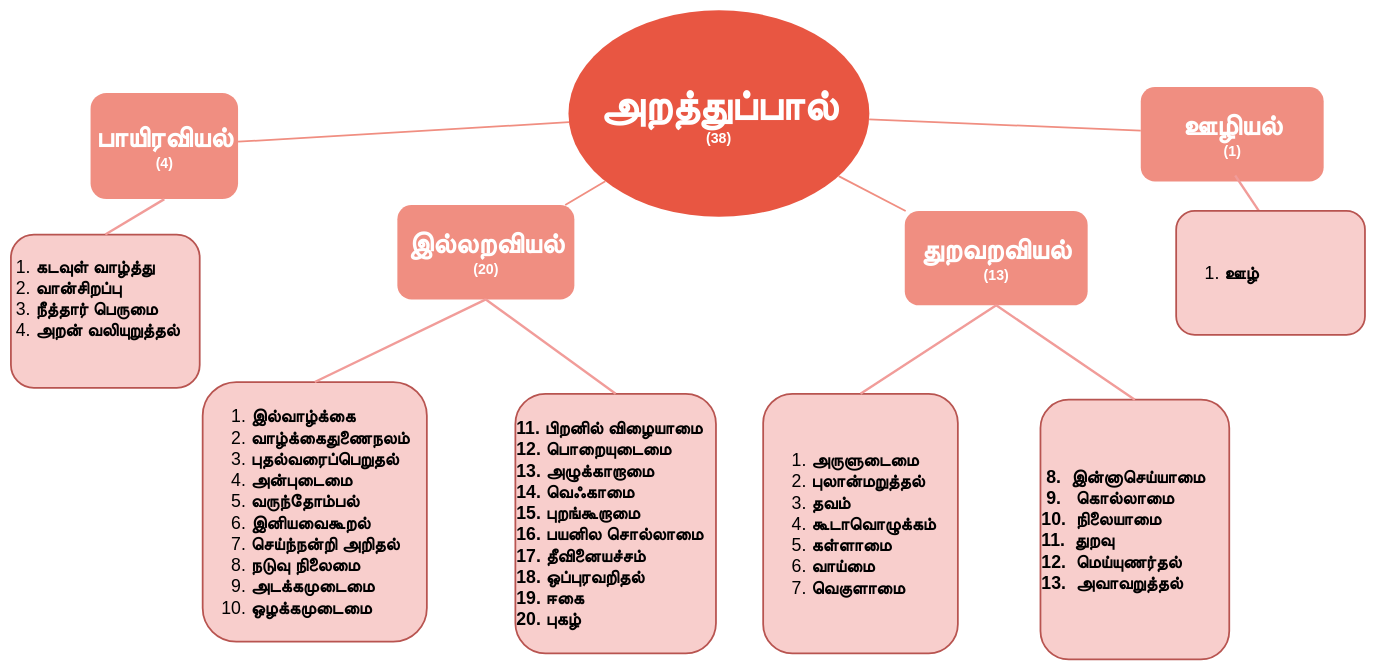
Above: page "Section-1" (2 of 3) of Untitled Diagram.drawio in prabasiva/thirukural (draw.io), before the change. Source tidied: cells renumbered, new cells numbered last; positions are measured from the earlier drawing's top-left corner, leaving out a move shared by most shapes. Both pictures are drawn from the tidied source at 59%, with x=0, y=0 at pixel (11, 10).
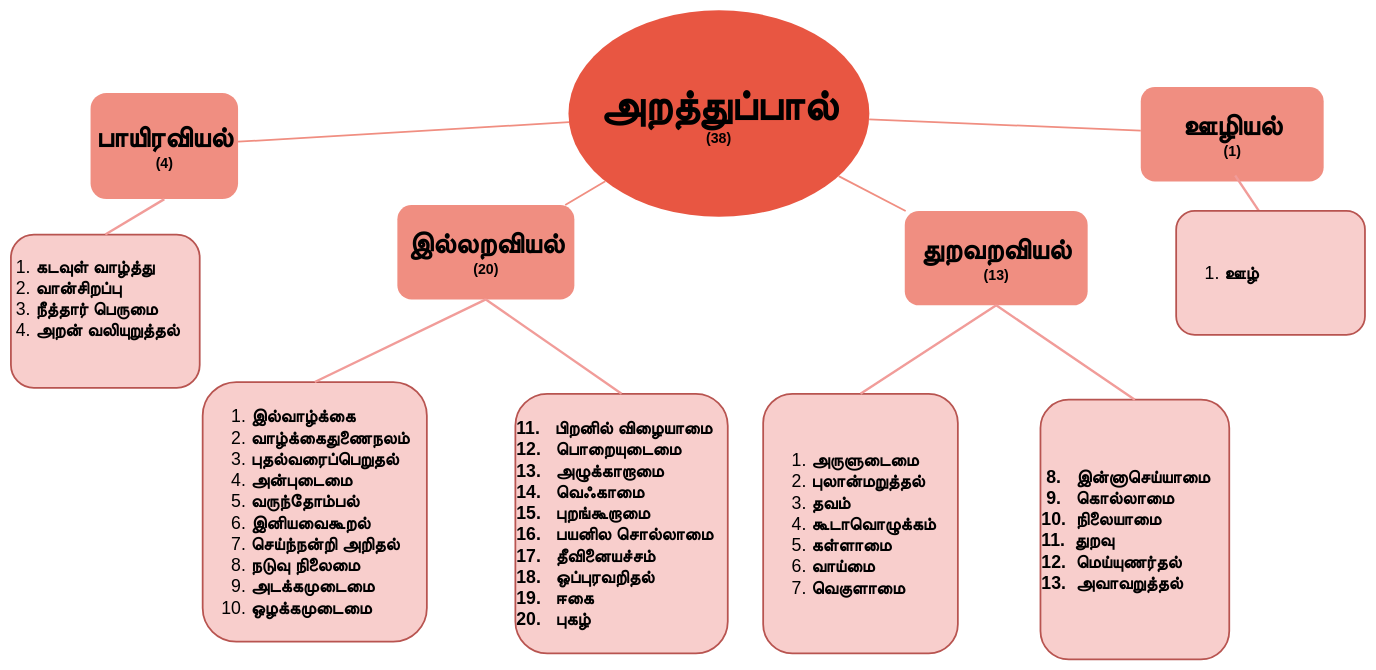
Above is the later version.

The edit, as a diff of the source:
```diff
@@
-    <mxCell id="2" value="&lt;b&gt;&lt;font&gt;&lt;font&gt;&lt;span style=&quot;font-size: 72px&quot;&gt;அறத்துப்பால்&lt;br&gt;&lt;/span&gt;&lt;font style=&quot;font-size: 24px&quot;&gt;(38)&lt;/font&gt;&lt;/font&gt;&lt;br&gt;&lt;/font&gt;&lt;/b&gt;" style="ellipse;whiteSpace=wrap;html=1;shadow=0;fontFamily=Helvetica;fontSize=20;fontColor=#FFFFFF;align=center;strokeWidth=3;fillColor=#E85642;strokeColor=none;" parent="1" vertex="1">
+    <mxCell id="2" value="&lt;b&gt;&lt;font&gt;&lt;font color=&quot;#000000&quot;&gt;&lt;span style=&quot;font-size: 72px&quot;&gt;அறத்துப்பால்&lt;br&gt;&lt;/span&gt;&lt;font style=&quot;font-size: 24px&quot;&gt;(38)&lt;/font&gt;&lt;/font&gt;&lt;br&gt;&lt;/font&gt;&lt;/b&gt;" style="ellipse;whiteSpace=wrap;html=1;shadow=0;fontFamily=Helvetica;fontSize=20;fontColor=#FFFFFF;align=center;strokeWidth=3;fillColor=#E85642;strokeColor=none;" parent="1" vertex="1">
       <mxGeometry x="945" width="510" height="350" as="geometry" />
     </mxCell>
-    <mxCell id="3" value="&lt;font&gt;&lt;b&gt;&lt;span style=&quot;font-size: 48px&quot;&gt;பாயிரவியல்&lt;/span&gt;&lt;br&gt;&lt;font style=&quot;font-size: 24px&quot;&gt;(4)&lt;/font&gt;&lt;br&gt;&lt;/b&gt;&lt;/font&gt;" style="rounded=1;fillColor=#f08e81;strokeColor=none;strokeWidth=3;shadow=0;html=1;fontColor=#FFFFFF;" parent="1" vertex="1">
+    <mxCell id="3" value="&lt;font&gt;&lt;b&gt;&lt;font color=&quot;#000000&quot;&gt;&lt;span style=&quot;font-size: 48px&quot;&gt;பாயிரவியல்&lt;/span&gt;&lt;br&gt;&lt;font style=&quot;font-size: 24px&quot;&gt;(4)&lt;/font&gt;&lt;/font&gt;&lt;br&gt;&lt;/b&gt;&lt;/font&gt;" style="rounded=1;fillColor=#f08e81;strokeColor=none;strokeWidth=3;shadow=0;html=1;fontColor=#FFFFFF;" parent="1" vertex="1">
       <mxGeometry x="135" y="140" width="250" height="180" as="geometry" />
     </mxCell>
-    <mxCell id="4" value="&lt;font&gt;&lt;b&gt;&lt;span style=&quot;font-size: 48px&quot;&gt;இல்லறவியல்&lt;/span&gt;&lt;font style=&quot;font-size: 24px&quot;&gt;&lt;br&gt;(20)&lt;/font&gt;&lt;/b&gt;&lt;br&gt;&lt;/font&gt;" style="rounded=1;fillColor=#f08e81;strokeColor=none;strokeWidth=3;shadow=0;html=1;fontColor=#FFFFFF;" parent="1" vertex="1">
+    <mxCell id="4" value="&lt;font&gt;&lt;b&gt;&lt;font color=&quot;#000000&quot;&gt;&lt;span style=&quot;font-size: 48px&quot;&gt;இல்லறவியல்&lt;/span&gt;&lt;font style=&quot;font-size: 24px&quot;&gt;&lt;br&gt;(20)&lt;/font&gt;&lt;/font&gt;&lt;/b&gt;&lt;br&gt;&lt;/font&gt;" style="rounded=1;fillColor=#f08e81;strokeColor=none;strokeWidth=3;shadow=0;html=1;fontColor=#FFFFFF;" parent="1" vertex="1">
       <mxGeometry x="655" y="330" width="300" height="160" as="geometry" />
     </mxCell>
-    <mxCell id="5" value="&lt;b&gt;&lt;span style=&quot;font-size: 48px&quot;&gt;துறவறவியல்&lt;/span&gt;&lt;br&gt;&lt;font style=&quot;font-size: 24px&quot;&gt;(13)&lt;/font&gt;&lt;br&gt;&lt;/b&gt;" style="rounded=1;fillColor=#f08e81;strokeColor=none;strokeWidth=3;shadow=0;html=1;fontColor=#FFFFFF;" parent="1" vertex="1">
+    <mxCell id="5" value="&lt;b&gt;&lt;font color=&quot;#000000&quot;&gt;&lt;span style=&quot;font-size: 48px&quot;&gt;துறவறவியல்&lt;/span&gt;&lt;br&gt;&lt;font style=&quot;font-size: 24px&quot;&gt;(13)&lt;/font&gt;&lt;/font&gt;&lt;br&gt;&lt;/b&gt;" style="rounded=1;fillColor=#f08e81;strokeColor=none;strokeWidth=3;shadow=0;html=1;fontColor=#FFFFFF;" parent="1" vertex="1">
       <mxGeometry x="1515" y="340" width="310" height="160" as="geometry" />
     </mxCell>
@@
-    <mxCell id="9" value="&lt;b&gt;&lt;span style=&quot;font-size: 48px&quot;&gt;ஊழியல்&lt;/span&gt;&lt;font style=&quot;font-size: 24px&quot;&gt;&lt;br&gt;(1)&lt;/font&gt;&lt;br&gt;&lt;/b&gt;" style="rounded=1;fillColor=#f08e81;strokeColor=none;strokeWidth=3;shadow=0;html=1;fontColor=#FFFFFF;" parent="1" vertex="1">
+    <mxCell id="9" value="&lt;b&gt;&lt;font color=&quot;#000000&quot;&gt;&lt;span style=&quot;font-size: 48px&quot;&gt;ஊழியல்&lt;/span&gt;&lt;font style=&quot;font-size: 24px&quot;&gt;&lt;br&gt;(1)&lt;/font&gt;&lt;/font&gt;&lt;br&gt;&lt;/b&gt;" style="rounded=1;fillColor=#f08e81;strokeColor=none;strokeWidth=3;shadow=0;html=1;fontColor=#FFFFFF;" parent="1" vertex="1">
       <mxGeometry x="1915" y="130" width="310" height="160" as="geometry" />
     </mxCell>
@@
-    <mxCell id="12" value="&lt;font face=&quot;helvetica&quot;&gt;&lt;span style=&quot;font-size: 30px&quot;&gt;&lt;b&gt;11. பிறனில் விழையாமை&lt;br&gt;12. பொறையுடைமை&lt;br&gt;13. அழுக்காறாமை&lt;br&gt;14. வெஃகாமை&lt;br&gt;15. புறங்கூறாமை&lt;br&gt;16. பயனில சொல்லாமை&lt;br&gt;17. தீவினையச்சம்&lt;br&gt;18. ஒப்புரவறிதல்&lt;br&gt;19. ஈகை&lt;br&gt;20. புகழ்&lt;br&gt;&lt;/b&gt;&lt;/span&gt;&lt;/font&gt;" style="rounded=1;fillColor=#f8cecc;strokeColor=#b85450;strokeWidth=3;shadow=0;html=1;align=left;" parent="1" vertex="1">
-      <mxGeometry x="855" y="650" width="340" height="440" as="geometry" />
+    <mxCell id="12" value="&lt;font face=&quot;helvetica&quot;&gt;&lt;span style=&quot;font-size: 30px&quot;&gt;&lt;b&gt;11. &amp;nbsp; பிறனில் விழையாமை&lt;br&gt;12. &amp;nbsp; பொறையுடைமை&lt;br&gt;13. &amp;nbsp; அழுக்காறாமை&lt;br&gt;14. &amp;nbsp; வெஃகாமை&lt;br&gt;15. &amp;nbsp; புறங்கூறாமை&lt;br&gt;16. &amp;nbsp; பயனில சொல்லாமை&lt;br&gt;17. &amp;nbsp; தீவினையச்சம்&lt;br&gt;18. &amp;nbsp; ஒப்புரவறிதல்&lt;br&gt;19. &amp;nbsp; ஈகை&lt;br&gt;20. &amp;nbsp; புகழ்&lt;br&gt;&lt;/b&gt;&lt;/span&gt;&lt;/font&gt;" style="rounded=1;fillColor=#f8cecc;strokeColor=#b85450;strokeWidth=3;shadow=0;html=1;align=left;" parent="1" vertex="1">
+      <mxGeometry x="855" y="650" width="360" height="440" as="geometry" />
     </mxCell>
@@
-    <mxCell id="14" value="&lt;font face=&quot;helvetica&quot;&gt;&lt;span style=&quot;font-size: 30px&quot;&gt;&lt;b&gt;&amp;nbsp;8. &amp;nbsp;&lt;/b&gt;&lt;/span&gt;&lt;/font&gt;&lt;b style=&quot;font-family: &amp;#34;helvetica&amp;#34; ; font-size: 30px&quot;&gt;இன்னாசெய்யாமை&lt;/b&gt;&lt;font face=&quot;helvetica&quot;&gt;&lt;span style=&quot;font-size: 30px&quot;&gt;&lt;b&gt;&lt;br&gt;&lt;/b&gt;&lt;/span&gt;&lt;/font&gt;&lt;font face=&quot;helvetica&quot;&gt;&lt;span style=&quot;font-size: 30px&quot;&gt;&lt;b&gt;&amp;nbsp;9. &amp;nbsp; கொல்லாமை&lt;br&gt;10. &amp;nbsp;நிலையாமை&lt;br&gt;11. &amp;nbsp;துறவு&lt;br&gt;12. &amp;nbsp;மெய்யுணர்தல்&lt;br&gt;13. &amp;nbsp;அவாவறுத்தல்&lt;br&gt;&lt;/b&gt;&lt;/span&gt;&lt;/font&gt;" style="rounded=1;fillColor=#f8cecc;strokeColor=#b85450;strokeWidth=3;shadow=0;html=1;align=left;" parent="1" vertex="1">
+    <mxCell id="14" value="&lt;font face=&quot;helvetica&quot;&gt;&lt;span style=&quot;font-size: 30px&quot;&gt;&lt;b&gt;&amp;nbsp;8. &amp;nbsp;&amp;nbsp;&lt;/b&gt;&lt;/span&gt;&lt;/font&gt;&lt;b style=&quot;font-family: &amp;#34;helvetica&amp;#34; ; font-size: 30px&quot;&gt;இன்னாசெய்யாமை&lt;/b&gt;&lt;font face=&quot;helvetica&quot;&gt;&lt;span style=&quot;font-size: 30px&quot;&gt;&lt;b&gt;&lt;br&gt;&lt;/b&gt;&lt;/span&gt;&lt;/font&gt;&lt;font face=&quot;helvetica&quot;&gt;&lt;span style=&quot;font-size: 30px&quot;&gt;&lt;b&gt;&amp;nbsp;9. &amp;nbsp; கொல்லாமை&lt;br&gt;10. &amp;nbsp;நிலையாமை&lt;br&gt;11. &amp;nbsp;துறவு&lt;br&gt;12. &amp;nbsp;மெய்யுணர்தல்&lt;br&gt;13. &amp;nbsp;அவாவறுத்தல்&lt;br&gt;&lt;/b&gt;&lt;/span&gt;&lt;/font&gt;" style="rounded=1;fillColor=#f8cecc;strokeColor=#b85450;strokeWidth=3;shadow=0;html=1;align=left;" parent="1" vertex="1">
       <mxGeometry x="1745" y="660" width="320" height="440" as="geometry" />
     </mxCell>
```
